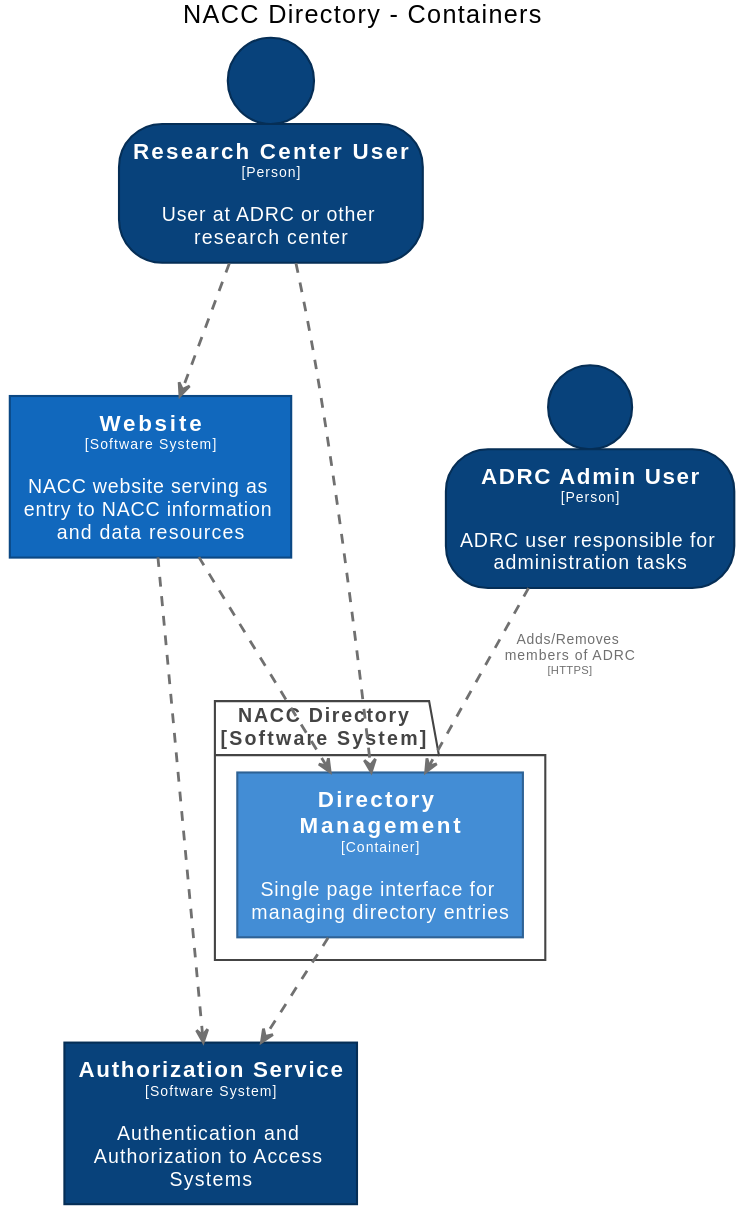
Earlier version of the PlantUML export docs/images/structurizr-DirectoryContainers.svg (naccdata/system-design).
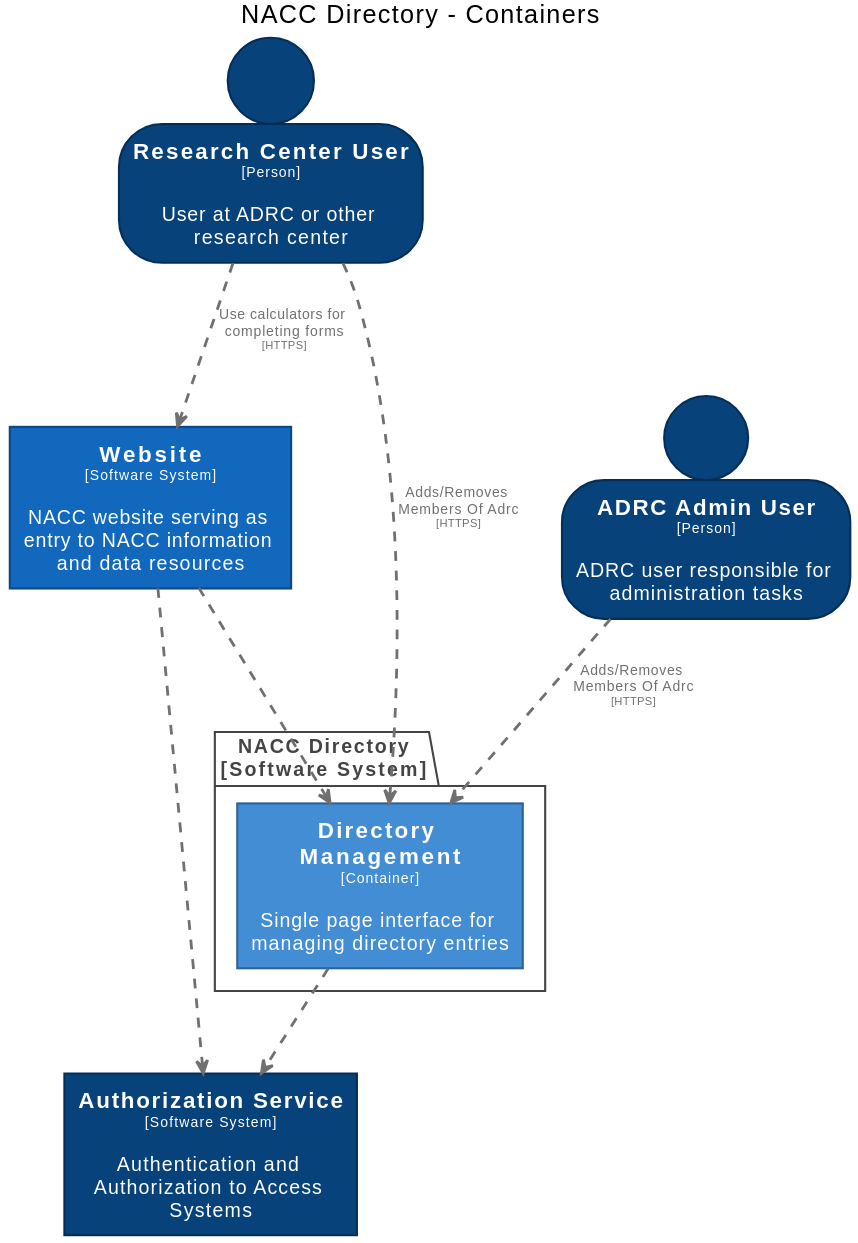
After the commit.

The edit, as a diff of the source:
```diff
@@ -52,9 +52,9 @@
 }
 
 Website .[#707070,thickness=2].> NACCDirectory.DirectoryManagement : "<color:#707070>"
-ResearchCenterUser .[#707070,thickness=2].> Website : "<color:#707070>"
-ResearchCenterUser .[#707070,thickness=2].> NACCDirectory.DirectoryManagement : "<color:#707070>"
-ADRCAdminUser .[#707070,thickness=2].> NACCDirectory.DirectoryManagement : "<color:#707070>Adds/Removes members of ADRC\n<color:#707070><size:8>[HTTPS]</size>"
+ResearchCenterUser .[#707070,thickness=2].> Website : "<color:#707070>Use calculators for completing forms\n<color:#707070><size:8>[HTTPS]</size>"
+ResearchCenterUser .[#707070,thickness=2].> NACCDirectory.DirectoryManagement : "<color:#707070>Adds/Removes Members Of Adrc\n<color:#707070><size:8>[HTTPS]</size>"
+ADRCAdminUser .[#707070,thickness=2].> NACCDirectory.DirectoryManagement : "<color:#707070>Adds/Removes Members Of Adrc\n<color:#707070><size:8>[HTTPS]</size>"
 NACCDirectory.DirectoryManagement .[#707070,thickness=2].> AuthorizationService : "<color:#707070>"
 Website .[#707070,thickness=2].> AuthorizationService : "<color:#707070>"
 @enduml
```
